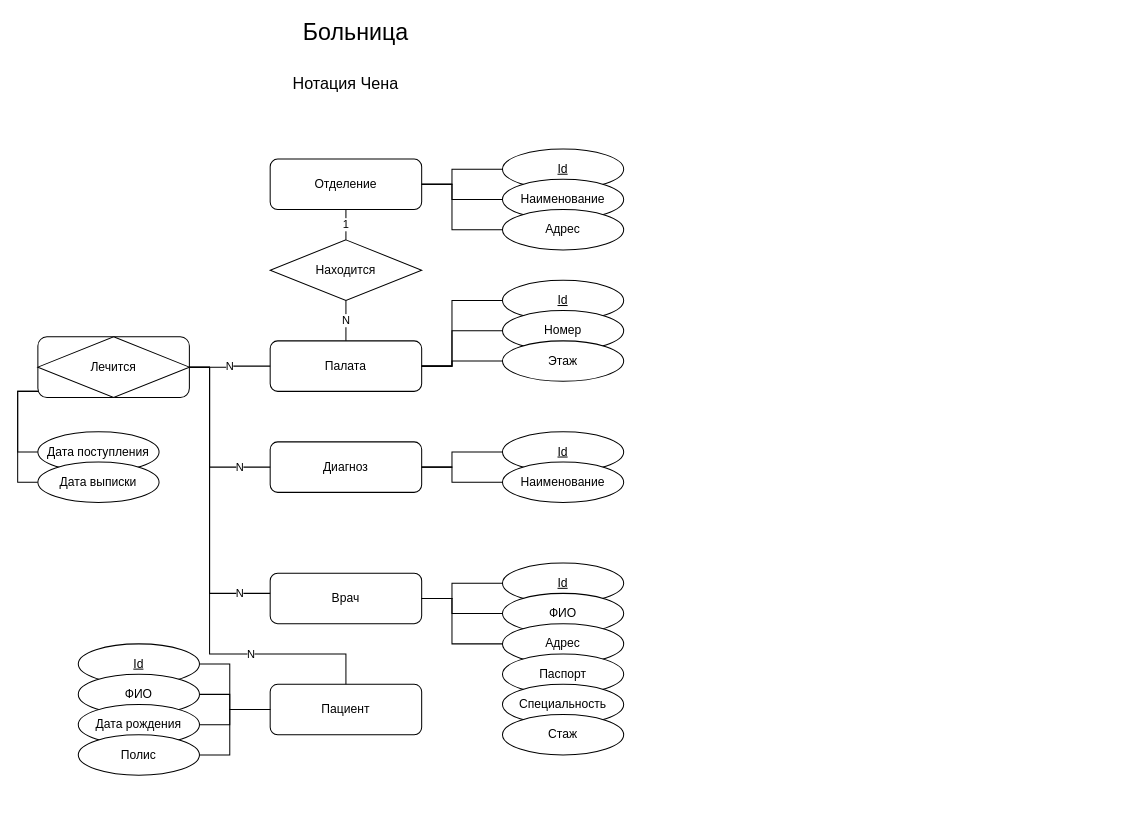
Earlier version of the draw.io diagram solutions/3.hospital.drawio (kireyevsv/nsu-course-databases-lab-er). Source tidied: cells renumbered, new cells numbered last; positions are measured from the earlier drawing's top-left corner, leaving out a move shared by most shapes. Both pictures are drawn from the tidied source at 101%, with x=0, y=0 at pixel (17, 17).
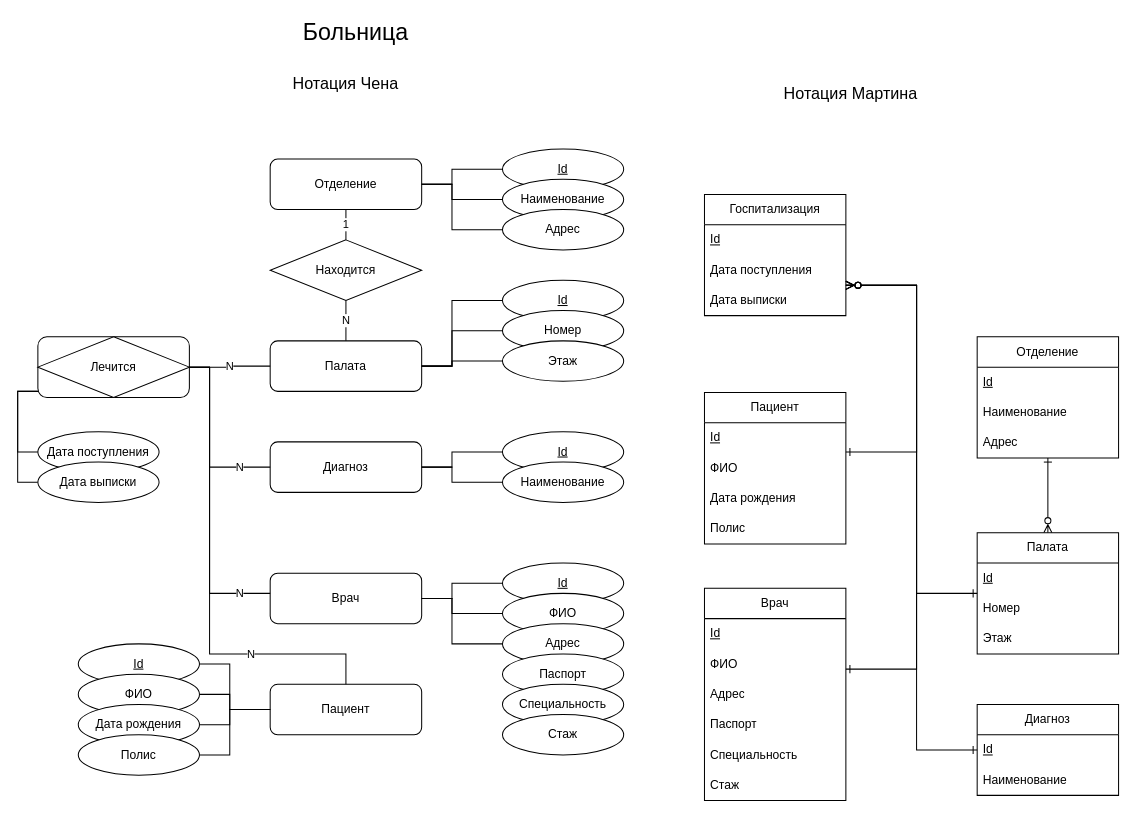
The same diagram, later.

What changed in the source:
```diff
@@
+    <mxCell id="55" value="&lt;font style=&quot;font-size: 16px;&quot;&gt;Нотация Мартина&lt;/font&gt;" style="text;html=1;align=center;verticalAlign=middle;whiteSpace=wrap;rounded=0;fontSize=18;" parent="1" vertex="1">
+      <mxGeometry x="730" y="60" width="190" height="30" as="geometry" />
+    </mxCell>
+    <mxCell id="56" value="Врач" style="swimlane;fontStyle=0;horizontal=1;startSize=30;whiteSpace=wrap;html=1;" parent="1" vertex="1">
+      <mxGeometry x="680" y="565" width="140" height="210" as="geometry" />
+    </mxCell>
+    <mxCell id="57" value="Id" style="text;strokeColor=none;fillColor=none;align=left;verticalAlign=middle;spacingLeft=4;spacingRight=4;overflow=hidden;whiteSpace=wrap;html=1;fontStyle=4;" parent="56" vertex="1">
+      <mxGeometry y="30" width="140" height="30" as="geometry" />
+    </mxCell>
+    <mxCell id="58" value="ФИО" style="text;strokeColor=none;fillColor=none;align=left;verticalAlign=middle;spacingLeft=4;spacingRight=4;overflow=hidden;whiteSpace=wrap;html=1;" parent="56" vertex="1">
+      <mxGeometry y="60" width="140" height="30" as="geometry" />
+    </mxCell>
+    <mxCell id="59" value="Адрес" style="text;strokeColor=none;fillColor=none;align=left;verticalAlign=middle;spacingLeft=4;spacingRight=4;overflow=hidden;whiteSpace=wrap;html=1;" parent="56" vertex="1">
+      <mxGeometry y="90" width="140" height="30" as="geometry" />
+    </mxCell>
+    <mxCell id="60" value="Паспорт" style="text;strokeColor=none;fillColor=none;align=left;verticalAlign=middle;spacingLeft=4;spacingRight=4;overflow=hidden;whiteSpace=wrap;html=1;" parent="56" vertex="1">
+      <mxGeometry y="120" width="140" height="30" as="geometry" />
+    </mxCell>
+    <mxCell id="61" value="Специальность" style="text;strokeColor=none;fillColor=none;align=left;verticalAlign=middle;spacingLeft=4;spacingRight=4;overflow=hidden;whiteSpace=wrap;html=1;" parent="56" vertex="1">
+      <mxGeometry y="150" width="140" height="30" as="geometry" />
+    </mxCell>
+    <mxCell id="62" value="Стаж" style="text;strokeColor=none;fillColor=none;align=left;verticalAlign=middle;spacingLeft=4;spacingRight=4;overflow=hidden;whiteSpace=wrap;html=1;" parent="56" vertex="1">
+      <mxGeometry y="180" width="140" height="30" as="geometry" />
+    </mxCell>
+    <mxCell id="63" value="Госпитализация" style="swimlane;fontStyle=0;horizontal=1;startSize=30;whiteSpace=wrap;html=1;" parent="1" vertex="1">
+      <mxGeometry x="680" y="175" width="140" height="120" as="geometry" />
+    </mxCell>
+    <mxCell id="64" value="Id" style="text;strokeColor=none;fillColor=none;align=left;verticalAlign=middle;spacingLeft=4;spacingRight=4;overflow=hidden;whiteSpace=wrap;html=1;fontStyle=4;" parent="63" vertex="1">
+      <mxGeometry y="30" width="140" height="30" as="geometry" />
+    </mxCell>
+    <mxCell id="65" value="Дата поступления" style="text;strokeColor=none;fillColor=none;align=left;verticalAlign=middle;spacingLeft=4;spacingRight=4;overflow=hidden;whiteSpace=wrap;html=1;" parent="63" vertex="1">
+      <mxGeometry y="60" width="140" height="30" as="geometry" />
+    </mxCell>
+    <mxCell id="66" value="Дата выписки" style="text;strokeColor=none;fillColor=none;align=left;verticalAlign=middle;spacingLeft=4;spacingRight=4;overflow=hidden;whiteSpace=wrap;html=1;" parent="63" vertex="1">
+      <mxGeometry y="90" width="140" height="30" as="geometry" />
+    </mxCell>
+    <mxCell id="67" style="edgeStyle=orthogonalEdgeStyle;rounded=0;jettySize=auto;html=1;startArrow=ERone;startFill=0;endArrow=ERzeroToMany;endFill=0;" parent="1" edge="1" source="68" target="63">
+      <mxGeometry relative="1" as="geometry">
+        <Array as="points">
+          <mxPoint x="890" y="430" />
+          <mxPoint x="890" y="265" />
+        </Array>
+      </mxGeometry>
+    </mxCell>
+    <mxCell id="68" value="Пациент" style="swimlane;fontStyle=0;horizontal=1;startSize=30;whiteSpace=wrap;html=1;" parent="1" vertex="1">
+      <mxGeometry x="680" y="371" width="140" height="150" as="geometry" />
+    </mxCell>
+    <mxCell id="69" value="Id" style="text;strokeColor=none;fillColor=none;align=left;verticalAlign=middle;spacingLeft=4;spacingRight=4;overflow=hidden;whiteSpace=wrap;html=1;fontStyle=4;" parent="68" vertex="1">
+      <mxGeometry y="30" width="140" height="30" as="geometry" />
+    </mxCell>
+    <mxCell id="70" value="ФИО" style="text;strokeColor=none;fillColor=none;align=left;verticalAlign=middle;spacingLeft=4;spacingRight=4;overflow=hidden;whiteSpace=wrap;html=1;" parent="68" vertex="1">
+      <mxGeometry y="60" width="140" height="30" as="geometry" />
+    </mxCell>
+    <mxCell id="71" value="Дата рождения" style="text;strokeColor=none;fillColor=none;align=left;verticalAlign=middle;spacingLeft=4;spacingRight=4;overflow=hidden;whiteSpace=wrap;html=1;" parent="68" vertex="1">
+      <mxGeometry y="90" width="140" height="30" as="geometry" />
+    </mxCell>
+    <mxCell id="72" value="Полис" style="text;strokeColor=none;fillColor=none;align=left;verticalAlign=middle;spacingLeft=4;spacingRight=4;overflow=hidden;whiteSpace=wrap;html=1;" parent="68" vertex="1">
+      <mxGeometry y="120" width="140" height="30" as="geometry" />
+    </mxCell>
+    <mxCell id="73" value="Отделение" style="swimlane;fontStyle=0;horizontal=1;startSize=30;whiteSpace=wrap;html=1;" parent="1" vertex="1">
+      <mxGeometry x="950" y="316" width="140" height="120" as="geometry" />
+    </mxCell>
+    <mxCell id="74" value="Id" style="text;strokeColor=none;fillColor=none;align=left;verticalAlign=middle;spacingLeft=4;spacingRight=4;overflow=hidden;whiteSpace=wrap;html=1;fontStyle=4;" parent="73" vertex="1">
+      <mxGeometry y="30" width="140" height="30" as="geometry" />
+    </mxCell>
+    <mxCell id="75" value="Наименование" style="text;strokeColor=none;fillColor=none;align=left;verticalAlign=middle;spacingLeft=4;spacingRight=4;overflow=hidden;whiteSpace=wrap;html=1;" parent="73" vertex="1">
+      <mxGeometry y="60" width="140" height="30" as="geometry" />
+    </mxCell>
+    <mxCell id="76" value="Адрес" style="text;strokeColor=none;fillColor=none;align=left;verticalAlign=middle;spacingLeft=4;spacingRight=4;overflow=hidden;whiteSpace=wrap;html=1;" parent="73" vertex="1">
+      <mxGeometry y="90" width="140" height="30" as="geometry" />
+    </mxCell>
+    <mxCell id="77" style="edgeStyle=orthogonalEdgeStyle;rounded=0;jettySize=auto;html=1;endArrow=ERzeroToMany;endFill=0;startArrow=ERone;startFill=0;" parent="1" edge="1" source="56" target="63">
+      <mxGeometry relative="1" as="geometry">
+        <Array as="points">
+          <mxPoint x="890" y="645" />
+          <mxPoint x="890" y="265" />
+        </Array>
+      </mxGeometry>
+    </mxCell>
+    <mxCell id="78" style="edgeStyle=orthogonalEdgeStyle;rounded=0;jettySize=auto;html=1;startArrow=ERone;startFill=0;endArrow=ERzeroToMany;endFill=0;" parent="1" edge="1" source="73" target="83">
+      <mxGeometry relative="1" as="geometry" />
+    </mxCell>
+    <mxCell id="79" value="Диагноз" style="swimlane;fontStyle=0;horizontal=1;startSize=30;whiteSpace=wrap;html=1;" parent="1" vertex="1">
+      <mxGeometry x="950" y="680" width="140" height="90" as="geometry" />
+    </mxCell>
+    <mxCell id="80" value="Id" style="text;strokeColor=none;fillColor=none;align=left;verticalAlign=middle;spacingLeft=4;spacingRight=4;overflow=hidden;whiteSpace=wrap;html=1;fontStyle=4;" parent="79" vertex="1">
+      <mxGeometry y="30" width="140" height="30" as="geometry" />
+    </mxCell>
+    <mxCell id="81" value="Наименование" style="text;strokeColor=none;fillColor=none;align=left;verticalAlign=middle;spacingLeft=4;spacingRight=4;overflow=hidden;whiteSpace=wrap;html=1;" parent="79" vertex="1">
+      <mxGeometry y="60" width="140" height="30" as="geometry" />
+    </mxCell>
+    <mxCell id="82" style="edgeStyle=orthogonalEdgeStyle;rounded=0;jettySize=auto;html=1;endArrow=ERzeroToMany;endFill=0;startArrow=ERone;startFill=0;" parent="1" edge="1" source="79" target="63">
+      <mxGeometry relative="1" as="geometry">
+        <Array as="points">
+          <mxPoint x="890" y="725" />
+          <mxPoint x="890" y="265" />
+        </Array>
+      </mxGeometry>
+    </mxCell>
+    <mxCell id="83" value="Палата" style="swimlane;fontStyle=0;horizontal=1;startSize=30;whiteSpace=wrap;html=1;" parent="1" vertex="1">
+      <mxGeometry x="950" y="510" width="140" height="120" as="geometry" />
+    </mxCell>
+    <mxCell id="84" value="Id" style="text;strokeColor=none;fillColor=none;align=left;verticalAlign=middle;spacingLeft=4;spacingRight=4;overflow=hidden;whiteSpace=wrap;html=1;fontStyle=4;" parent="83" vertex="1">
+      <mxGeometry y="30" width="140" height="30" as="geometry" />
+    </mxCell>
+    <mxCell id="85" value="Номер" style="text;strokeColor=none;fillColor=none;align=left;verticalAlign=middle;spacingLeft=4;spacingRight=4;overflow=hidden;whiteSpace=wrap;html=1;" parent="83" vertex="1">
+      <mxGeometry y="60" width="140" height="30" as="geometry" />
+    </mxCell>
+    <mxCell id="86" value="Этаж" style="text;strokeColor=none;fillColor=none;align=left;verticalAlign=middle;spacingLeft=4;spacingRight=4;overflow=hidden;whiteSpace=wrap;html=1;" parent="83" vertex="1">
+      <mxGeometry y="90" width="140" height="30" as="geometry" />
+    </mxCell>
+    <mxCell id="87" style="edgeStyle=orthogonalEdgeStyle;rounded=0;jettySize=auto;html=1;startArrow=ERone;startFill=0;endArrow=ERzeroToMany;endFill=0;" parent="1" edge="1" source="83" target="63">
+      <mxGeometry relative="1" as="geometry">
+        <Array as="points">
+          <mxPoint x="890" y="570" />
+          <mxPoint x="890" y="265" />
+        </Array>
+      </mxGeometry>
+    </mxCell>
```
